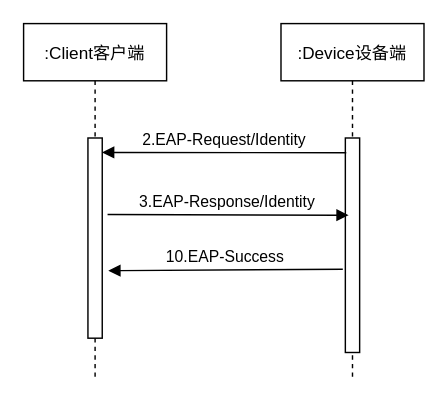
Earlier version of the draw.io diagram 保活流程.drawio (PATORITU/PATORITU). Source tidied: cells renumbered, new cells numbered last; positions are measured from the earlier drawing's top-left corner, leaving out a move shared by most shapes. Both pictures are drawn from the tidied source at 143%, with x=0, y=0 at pixel (23, 23).
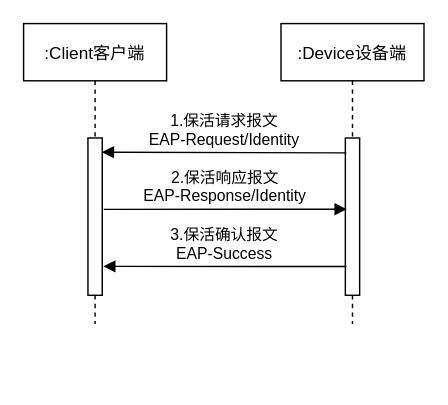
The same page after the edit.

Commit message (it also covers changes not shown here):
更新保活流程.drawio

Change to the diagram source:
```diff
@@
 <mxGraphModel>
   <root>
     <mxCell id="0" />
     <mxCell id="1" parent="0" />
     <mxCell id="2" value=":Client客户端" style="shape=umlLifeline;perimeter=lifelinePerimeter;rounded=0;shadow=0;strokeWidth=1;" parent="1" vertex="1">
-      <mxGeometry width="100" height="250" as="geometry" />
+      <mxGeometry width="100" height="210" as="geometry" />
     </mxCell>
     <mxCell id="3" style="points=[];perimeter=orthogonalPerimeter;rounded=0;shadow=0;strokeWidth=1;" parent="2" vertex="1">
-      <mxGeometry x="45" y="80" width="10" height="140" as="geometry" />
+      <mxGeometry x="45" y="80" width="10" height="110" as="geometry" />
     </mxCell>
     <mxCell id="4" value=":Device设备端" style="shape=umlLifeline;perimeter=lifelinePerimeter;rounded=0;shadow=0;strokeWidth=1;" parent="1" vertex="1">
-      <mxGeometry x="180" width="100" height="250" as="geometry" />
+      <mxGeometry x="180" width="100" height="210" as="geometry" />
     </mxCell>
-    <mxCell id="5" style="points=[];perimeter=orthogonalPerimeter;rounded=0;shadow=0;strokeWidth=1;" parent="4" vertex="1">
-      <mxGeometry x="45" y="80" width="10" height="150" as="geometry" />
-    </mxCell>
+    <mxCell id="9" style="perimeter=orthogonalPerimeter;rounded=0;shadow=0;strokeWidth=1;" parent="4" vertex="1">
+      <mxGeometry x="45" y="80" width="10" height="110" as="geometry" />
+    </mxCell>
-    <mxCell id="6" value="2.EAP-Request/Identity" style="verticalAlign=bottom;endArrow=block;shadow=0;strokeWidth=1;entryX=0.987;entryY=0.072;entryDx=0;entryDy=0;entryPerimeter=0;exitX=0.064;exitY=0.069;exitDx=0;exitDy=0;exitPerimeter=0;" parent="1" edge="1" source="5" target="3">
-      <mxGeometry relative="1" as="geometry" />
+    <mxCell id="6" value="1.保活请求报文&#10;EAP-Request/Identity" style="verticalAlign=bottom;endArrow=block;shadow=0;strokeWidth=1;entryX=0.97;entryY=0.09;entryDx=0;entryDy=0;entryPerimeter=0;exitX=0.064;exitY=0.069;exitDx=0;exitDy=0;exitPerimeter=0;" parent="1" edge="1" target="3">
+      <mxGeometry relative="1" as="geometry">
+        <mxPoint x="225.6" y="90.4" as="sourcePoint" />
+      </mxGeometry>
     </mxCell>
-    <mxCell id="7" value="3.EAP-Response/Identity" style="verticalAlign=bottom;endArrow=block;shadow=0;strokeWidth=1;exitX=1.373;exitY=0.382;exitDx=0;exitDy=0;exitPerimeter=0;entryX=0.231;entryY=0.36;entryDx=0;entryDy=0;entryPerimeter=0;" parent="1" edge="1" source="3" target="5">
-      <mxGeometry relative="1" as="geometry" />
+    <mxCell id="7" value="2.保活响应报文&#10;EAP-Response/Identity" style="verticalAlign=bottom;endArrow=block;shadow=0;strokeWidth=1;exitX=1.113;exitY=0.454;exitDx=0;exitDy=0;exitPerimeter=0;entryX=0.101;entryY=0.332;entryDx=0;entryDy=0;entryPerimeter=0;" parent="1" edge="1" source="3">
+      <mxGeometry relative="1" as="geometry">
+        <mxPoint x="226" y="129.8" as="targetPoint" />
+      </mxGeometry>
     </mxCell>
-    <mxCell id="8" value="10.EAP-Success" style="verticalAlign=bottom;endArrow=block;shadow=0;strokeWidth=1;entryX=1.424;entryY=0.663;entryDx=0;entryDy=0;entryPerimeter=0;exitX=-0.177;exitY=0.612;exitDx=0;exitDy=0;exitPerimeter=0;" parent="1" edge="1" source="5" target="3">
-      <mxGeometry relative="1" as="geometry" />
+    <mxCell id="8" value="3.保活确认报文&#10;EAP-Success" style="verticalAlign=bottom;endArrow=block;shadow=0;strokeWidth=1;entryX=1.066;entryY=0.816;entryDx=0;entryDy=0;entryPerimeter=0;exitX=0.069;exitY=0.599;exitDx=0;exitDy=0;exitPerimeter=0;" parent="1" edge="1" target="3">
+      <mxGeometry relative="1" as="geometry">
+        <mxPoint x="225.7" y="169.9" as="sourcePoint" />
+      </mxGeometry>
     </mxCell>
   </root>
 </mxGraphModel>
```
